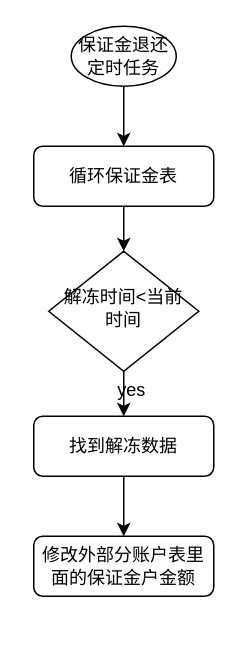
wengjunwei/myDraw keeps this draw.io diagram as page "第 2 页" (2 of 2) of 未命名绘图.drawio. Above is the earlier version. Source tidied: cells renumbered, new cells numbered last; positions are measured from the earlier drawing's top-left corner, leaving out a move shared by most shapes. Both pictures are drawn from the tidied source at 150%, with x=0, y=0 at pixel (33, 26).
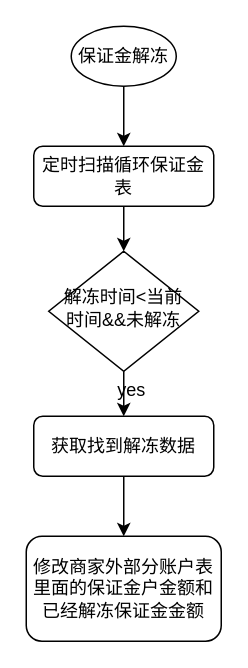
Above is the later version.

Change to the diagram source:
```diff
@@
 <mxGraphModel>
   <root>
     <mxCell id="0" />
     <mxCell id="1" parent="0" />
     <mxCell id="2" style="edgeStyle=orthogonalEdgeStyle;rounded=0;jettySize=auto;html=1;" parent="1" edge="1" source="3" target="5">
       <mxGeometry relative="1" as="geometry" />
     </mxCell>
-    <mxCell id="3" value="循环保证金表" style="rounded=1;whiteSpace=wrap;html=1;fontSize=12;glass=0;strokeWidth=1;shadow=0;" parent="1" vertex="1">
+    <mxCell id="3" value="定时扫描循环保证金表" style="rounded=1;whiteSpace=wrap;html=1;fontSize=12;glass=0;strokeWidth=1;shadow=0;" parent="1" vertex="1">
       <mxGeometry y="80" width="120" height="40" as="geometry" />
     </mxCell>
     <mxCell id="4" style="edgeStyle=orthogonalEdgeStyle;rounded=0;jettySize=auto;html=1;" parent="1" edge="1" source="5">
       <mxGeometry relative="1" as="geometry">
         <mxPoint x="60" y="260" as="targetPoint" />
       </mxGeometry>
     </mxCell>
-    <mxCell id="5" value="解冻时间&amp;lt;当前时间" style="rhombus;whiteSpace=wrap;html=1;shadow=0;fontFamily=Helvetica;fontSize=12;align=center;strokeWidth=1;spacing=6;spacingTop=-4;" parent="1" vertex="1">
+    <mxCell id="5" value="解冻时间&amp;lt;当前时间&amp;amp;&amp;amp;未解冻" style="rhombus;whiteSpace=wrap;html=1;shadow=0;fontFamily=Helvetica;fontSize=12;align=center;strokeWidth=1;spacing=6;spacingTop=-4;" parent="1" vertex="1">
       <mxGeometry x="10" y="150" width="100" height="80" as="geometry" />
     </mxCell>
     <mxCell id="6" style="edgeStyle=orthogonalEdgeStyle;rounded=0;jettySize=auto;html=1;" parent="1" edge="1" source="7" target="3">
       <mxGeometry relative="1" as="geometry" />
     </mxCell>
-    <mxCell id="7" value="保证金退还定时任务" style="ellipse;whiteSpace=wrap;html=1;" parent="1" vertex="1">
+    <mxCell id="7" value="保证金解冻" style="ellipse;whiteSpace=wrap;html=1;" parent="1" vertex="1">
       <mxGeometry x="25" width="70" height="40" as="geometry" />
     </mxCell>
     <mxCell id="8" value="yes" style="text;html=1;align=center;verticalAlign=middle;strokeColor=none;fillColor=none;" parent="1" vertex="1">
       <mxGeometry x="45" y="228" width="40" height="30" as="geometry" />
     </mxCell>
     <mxCell id="9" style="edgeStyle=orthogonalEdgeStyle;rounded=0;jettySize=auto;html=1;" parent="1" edge="1" source="10" target="11">
       <mxGeometry relative="1" as="geometry" />
     </mxCell>
-    <mxCell id="10" value="找到解冻数据" style="rounded=1;whiteSpace=wrap;html=1;fontSize=12;glass=0;strokeWidth=1;shadow=0;" parent="1" vertex="1">
+    <mxCell id="10" value="获取找到解冻数据" style="rounded=1;whiteSpace=wrap;html=1;fontSize=12;glass=0;strokeWidth=1;shadow=0;" parent="1" vertex="1">
       <mxGeometry y="260" width="120" height="40" as="geometry" />
     </mxCell>
-    <mxCell id="11" value="修改外部分账户表里面的保证金户金额" style="rounded=1;whiteSpace=wrap;html=1;fontSize=12;glass=0;strokeWidth=1;shadow=0;" parent="1" vertex="1">
-      <mxGeometry y="340" width="120" height="40" as="geometry" />
+    <mxCell id="11" value="修改商家外部分账户表里面的保证金户金额和已经解冻保证金金额" style="rounded=1;whiteSpace=wrap;html=1;fontSize=12;glass=0;strokeWidth=1;shadow=0;" parent="1" vertex="1">
+      <mxGeometry x="-5" y="340" width="130" height="70" as="geometry" />
     </mxCell>
   </root>
 </mxGraphModel>
```
